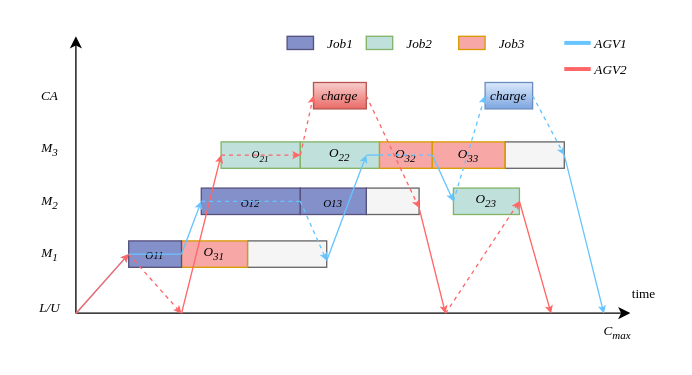
Before: gante.drawio in aslongaslihappy/algorithm, a draw.io diagram. Source tidied: cells renumbered, new cells numbered last; positions are measured from the earlier drawing's top-left corner, leaving out a move shared by most shapes. Both pictures are drawn from the tidied source at 132%, with x=0, y=0 at pixel (22, 22).
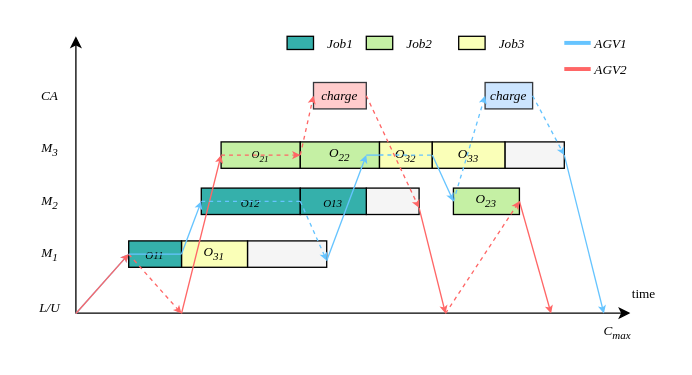
After the change.

What changed in the source:
```diff
@@
-    <mxCell id="2" style="rounded=0;whiteSpace=wrap;html=1;fontSize=10;fontFamily=Times New Roman;fontStyle=2;fillColor=#f5f5f5;strokeColor=#666666;fontColor=#333333;" parent="1" vertex="1">
+    <mxCell id="2" style="rounded=0;whiteSpace=wrap;html=1;fontSize=10;fontFamily=Times New Roman;fontStyle=2;fillColor=#f5f5f5;strokeColor=default;fontColor=#333333;" parent="1" vertex="1">
       <mxGeometry x="365" y="90" width="45" height="20" as="geometry" />
     </mxCell>
-    <mxCell id="3" style="rounded=0;whiteSpace=wrap;html=1;fontSize=10;fontFamily=Times New Roman;fontStyle=2;fillColor=#f5f5f5;strokeColor=#666666;fillStyle=solid;fontColor=#333333;" parent="1" vertex="1">
+    <mxCell id="3" style="rounded=0;whiteSpace=wrap;html=1;fontSize=10;fontFamily=Times New Roman;fontStyle=2;fillColor=#f5f5f5;strokeColor=default;fillStyle=solid;fontColor=#333333;" parent="1" vertex="1">
       <mxGeometry x="260" y="125" width="40" height="20" as="geometry" />
     </mxCell>
-    <mxCell id="4" style="rounded=0;whiteSpace=wrap;html=1;fontFamily=Times New Roman;fontStyle=2;fontSize=10;fillColor=#f5f5f5;strokeColor=#666666;shadow=0;glass=0;fillStyle=auto;fontColor=#333333;" parent="1" vertex="1">
+    <mxCell id="4" style="rounded=0;whiteSpace=wrap;html=1;fontFamily=Times New Roman;fontStyle=2;fontSize=10;fillColor=#f5f5f5;strokeColor=default;shadow=0;glass=0;fillStyle=auto;fontColor=#333333;" parent="1" vertex="1">
       <mxGeometry x="170" y="165" width="60" height="20" as="geometry" />
     </mxCell>
@@
-    <mxCell id="11" value="&lt;span style=&quot;font-size: 8.33333px;&quot;&gt;O&lt;sub&gt;21&lt;/sub&gt;&lt;/span&gt;" style="rounded=0;whiteSpace=wrap;html=1;fontSize=10;fontStyle=2;fontFamily=Times New Roman;fillColor=#C0E0DB;strokeColor=#82b366;" parent="1" vertex="1">
+    <mxCell id="11" value="&lt;span style=&quot;font-size: 8.33333px;&quot;&gt;O&lt;sub&gt;21&lt;/sub&gt;&lt;/span&gt;" style="rounded=0;whiteSpace=wrap;html=1;fontSize=10;fontStyle=2;fontFamily=Times New Roman;fillColor=#C5F0A4;strokeColor=default;" parent="1" vertex="1">
       <mxGeometry x="150" y="90" width="60" height="20" as="geometry" />
     </mxCell>
-    <mxCell id="12" value="&lt;sub&gt;&lt;span&gt;O&lt;/span&gt;12&lt;/sub&gt;" style="rounded=0;whiteSpace=wrap;html=1;fontSize=10;fontFamily=Times New Roman;fontStyle=2;fillColor=#8390CA;strokeColor=#56517e;" parent="1" vertex="1">
+    <mxCell id="12" value="&lt;sub&gt;&lt;span&gt;O&lt;/span&gt;12&lt;/sub&gt;" style="rounded=0;whiteSpace=wrap;html=1;fontSize=10;fontFamily=Times New Roman;fontStyle=2;fillColor=#35B0AB;strokeColor=default;" parent="1" vertex="1">
       <mxGeometry x="135" y="125" width="75" height="20" as="geometry" />
     </mxCell>
-    <mxCell id="13" value="O&lt;sub&gt;22&lt;/sub&gt;" style="rounded=0;whiteSpace=wrap;html=1;fontSize=10;fontStyle=2;fontFamily=Times New Roman;fillColor=#C0E0DB;strokeColor=#82b366;" parent="1" vertex="1">
+    <mxCell id="13" value="O&lt;sub&gt;22&lt;/sub&gt;" style="rounded=0;whiteSpace=wrap;html=1;fontSize=10;fontStyle=2;fontFamily=Times New Roman;fillColor=#C5F0A4;strokeColor=default;" parent="1" vertex="1">
       <mxGeometry x="210" y="90" width="60" height="20" as="geometry" />
     </mxCell>
-    <mxCell id="14" value="&lt;font&gt;O&lt;sub&gt;31&lt;/sub&gt;&lt;/font&gt;" style="rounded=0;whiteSpace=wrap;html=1;fontFamily=Times New Roman;fillColor=#F7A7A6;strokeColor=#d79b00;fontStyle=2;fontSize=10;" parent="1" vertex="1">
+    <mxCell id="14" value="&lt;font&gt;O&lt;sub&gt;31&lt;/sub&gt;&lt;/font&gt;" style="rounded=0;whiteSpace=wrap;html=1;fontFamily=Times New Roman;fillColor=#FAFFB8;strokeColor=default;fontStyle=2;fontSize=10;" parent="1" vertex="1">
       <mxGeometry x="120" y="165" width="50" height="20" as="geometry" />
     </mxCell>
-    <mxCell id="15" value="charge" style="rounded=0;whiteSpace=wrap;html=1;fontFamily=Times New Roman;fontStyle=2;fontSize=10;fillColor=#f8cecc;strokeColor=#b85450;gradientColor=#ea6b66;" parent="1" vertex="1">
+    <mxCell id="15" value="charge" style="rounded=0;whiteSpace=wrap;html=1;fontFamily=Times New Roman;fontStyle=2;fontSize=10;fillColor=#ffcccc;strokeColor=#36393d;" parent="1" vertex="1">
       <mxGeometry x="220" y="45" width="40" height="20" as="geometry" />
     </mxCell>
-    <mxCell id="16" value="charge" style="rounded=0;whiteSpace=wrap;html=1;fontFamily=Times New Roman;fontStyle=2;fontSize=10;fillColor=#dae8fc;gradientColor=#7ea6e0;strokeColor=#6c8ebf;" parent="1" vertex="1">
+    <mxCell id="16" value="charge" style="rounded=0;whiteSpace=wrap;html=1;fontFamily=Times New Roman;fontStyle=2;fontSize=10;fillColor=#cce5ff;strokeColor=#36393d;" parent="1" vertex="1">
       <mxGeometry x="350" y="45" width="36" height="20" as="geometry" />
     </mxCell>
-    <mxCell id="17" value="&lt;font style=&quot;font-size: 10px;&quot;&gt;&lt;i&gt;O&lt;sub style=&quot;&quot;&gt;32&lt;/sub&gt;&lt;/i&gt;&lt;/font&gt;" style="rounded=0;whiteSpace=wrap;html=1;fontFamily=Times New Roman;fillColor=#F7A7A6;strokeColor=#d79b00;" parent="1" vertex="1">
+    <mxCell id="17" value="&lt;font style=&quot;font-size: 10px;&quot;&gt;&lt;i&gt;O&lt;sub style=&quot;&quot;&gt;32&lt;/sub&gt;&lt;/i&gt;&lt;/font&gt;" style="rounded=0;whiteSpace=wrap;html=1;fontFamily=Times New Roman;fillColor=#FAFFB8;strokeColor=default;" parent="1" vertex="1">
       <mxGeometry x="270" y="90" width="40" height="20" as="geometry" />
     </mxCell>
@@
-    <mxCell id="19" style="rounded=0;whiteSpace=wrap;html=1;fontSize=10;fontFamily=Times New Roman;fontStyle=2;fillColor=#8390CA;strokeColor=#56517e;" parent="1" vertex="1">
+    <mxCell id="19" style="rounded=0;whiteSpace=wrap;html=1;fontSize=10;fontFamily=Times New Roman;fontStyle=2;fillColor=#35B0AB;strokeColor=default;" parent="1" vertex="1">
       <mxGeometry x="200" y="10" width="20" height="10" as="geometry" />
     </mxCell>
-    <mxCell id="20" value="&lt;span style=&quot;font-size: 8.33333px;&quot;&gt;O&lt;/span&gt;&lt;span style=&quot;font-size: 8.33333px;&quot;&gt;11&lt;/span&gt;" style="rounded=0;whiteSpace=wrap;html=1;fontSize=10;fontFamily=Times New Roman;fontStyle=2;fillColor=#8390CA;strokeColor=#56517e;" parent="1" vertex="1">
+    <mxCell id="20" value="&lt;span style=&quot;font-size: 8.33333px;&quot;&gt;O&lt;/span&gt;&lt;span style=&quot;font-size: 8.33333px;&quot;&gt;11&lt;/span&gt;" style="rounded=0;whiteSpace=wrap;html=1;fontSize=10;fontFamily=Times New Roman;fontStyle=2;fillColor=#35B0AB;strokeColor=default;" parent="1" vertex="1">
       <mxGeometry x="80" y="165" width="40" height="20" as="geometry" />
     </mxCell>
-    <mxCell id="21" style="rounded=0;whiteSpace=wrap;html=1;fontSize=10;fontStyle=2;fontFamily=Times New Roman;fillColor=#C0E0DB;strokeColor=#82b366;" parent="1" vertex="1">
+    <mxCell id="21" style="rounded=0;whiteSpace=wrap;html=1;fontSize=10;fontStyle=2;fontFamily=Times New Roman;fillColor=#C5F0A4;strokeColor=default;" parent="1" vertex="1">
       <mxGeometry x="260" y="10" width="20" height="10" as="geometry" />
     </mxCell>
-    <mxCell id="22" style="rounded=0;whiteSpace=wrap;html=1;fontFamily=Times New Roman;fillColor=#F7A7A6;strokeColor=#d79b00;" parent="1" vertex="1">
+    <mxCell id="22" style="rounded=0;whiteSpace=wrap;html=1;fontFamily=Times New Roman;fillColor=#FAFFB8;strokeColor=default;" parent="1" vertex="1">
       <mxGeometry x="330" y="10" width="20" height="10" as="geometry" />
     </mxCell>
@@
-    <mxCell id="37" value="O&lt;sub&gt;23&lt;/sub&gt;" style="rounded=0;whiteSpace=wrap;html=1;fontSize=10;fontStyle=2;fontFamily=Times New Roman;fillColor=#C0E0DB;strokeColor=#82b366;" parent="1" vertex="1">
+    <mxCell id="37" value="O&lt;sub&gt;23&lt;/sub&gt;" style="rounded=0;whiteSpace=wrap;html=1;fontSize=10;fontStyle=2;fontFamily=Times New Roman;fillColor=#C5F0A4;strokeColor=default;" parent="1" vertex="1">
       <mxGeometry x="326" y="125" width="50" height="20" as="geometry" />
     </mxCell>
-    <mxCell id="38" value="&lt;font style=&quot;font-size: 10px;&quot;&gt;&lt;i&gt;O&lt;sub style=&quot;&quot;&gt;33&lt;/sub&gt;&lt;/i&gt;&lt;/font&gt;" style="rounded=0;whiteSpace=wrap;html=1;fontFamily=Times New Roman;fillColor=#F7A7A6;strokeColor=#d79b00;" parent="1" vertex="1">
+    <mxCell id="38" value="&lt;font style=&quot;font-size: 10px;&quot;&gt;&lt;i&gt;O&lt;sub style=&quot;&quot;&gt;33&lt;/sub&gt;&lt;/i&gt;&lt;/font&gt;" style="rounded=0;whiteSpace=wrap;html=1;fontFamily=Times New Roman;fillColor=#FAFFB8;strokeColor=default;" parent="1" vertex="1">
       <mxGeometry x="310" y="90" width="55" height="20" as="geometry" />
     </mxCell>
@@
-    <mxCell id="42" value="&lt;sub&gt;&lt;span&gt;O&lt;/span&gt;13&lt;/sub&gt;" style="rounded=0;whiteSpace=wrap;html=1;fontSize=10;fontFamily=Times New Roman;fontStyle=2;fillColor=#8390CA;strokeColor=#56517e;" parent="1" vertex="1">
+    <mxCell id="42" value="&lt;sub&gt;&lt;span&gt;O&lt;/span&gt;13&lt;/sub&gt;" style="rounded=0;whiteSpace=wrap;html=1;fontSize=10;fontFamily=Times New Roman;fontStyle=2;fillColor=#35B0AB;strokeColor=default;" parent="1" vertex="1">
       <mxGeometry x="210" y="125" width="50" height="20" as="geometry" />
     </mxCell>
```
